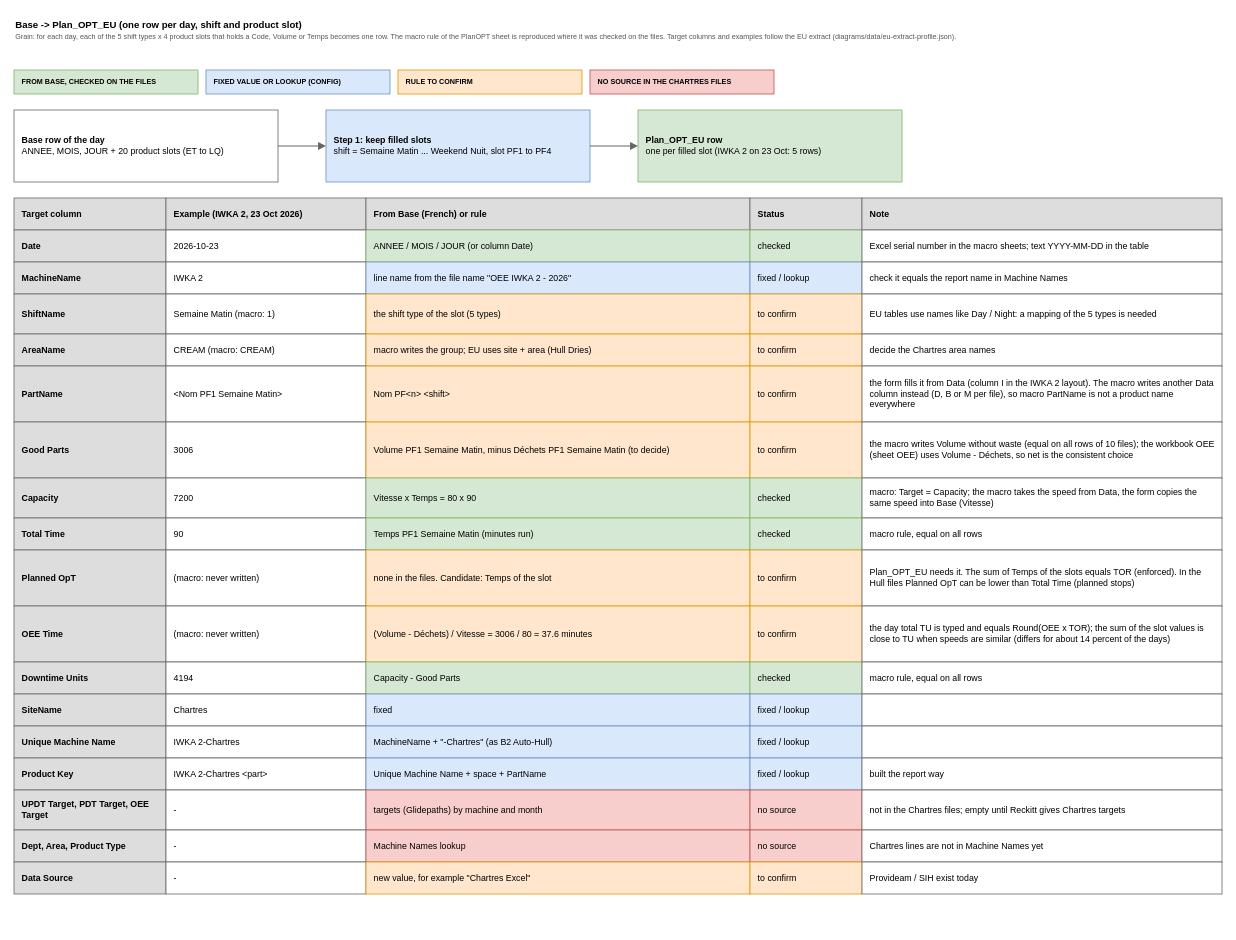
Earlier version of the draw.io diagram page "5 Base to Plan_OPT_EU" (6 of 9) of diagrams/chartres-source-map.drawio (AbiyyuMufti/SIH-IBMX-R). Source tidied: cells renumbered, new cells numbered last; positions are measured from the earlier drawing's top-left corner, leaving out a move shared by most shapes. Both pictures are drawn from the tidied source at 80%, with x=0, y=0 at pixel (14, 14).
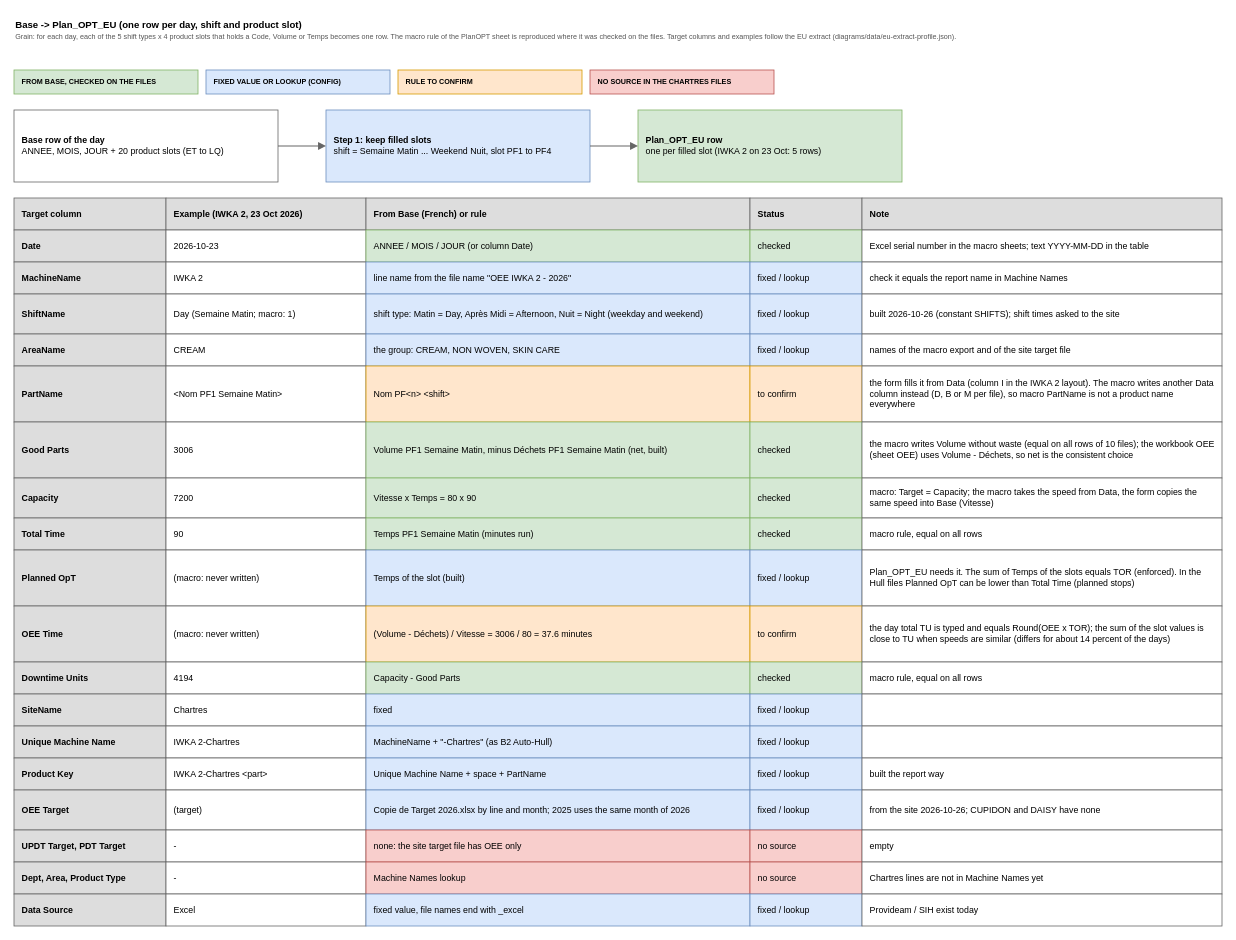
After the change.

What changed in the source:
```diff
@@
-    <mxCell id="28" value="Semaine Matin (macro: 1)" style="rounded=0;whiteSpace=wrap;html=1;align=left;verticalAlign=middle;spacingLeft=8;spacingRight=6;fontSize=11;fillColor=#ffffff;strokeColor=#666666;" parent="1" vertex="1">
+    <mxCell id="28" value="Day (Semaine Matin; macro: 1)" style="rounded=0;whiteSpace=wrap;html=1;align=left;verticalAlign=middle;spacingLeft=8;spacingRight=6;fontSize=11;fillColor=#ffffff;strokeColor=#666666;" parent="1" vertex="1">
       <mxGeometry x="190" y="350" width="250" height="50" as="geometry" />
     </mxCell>
-    <mxCell id="29" value="the shift type of the slot (5 types)" style="rounded=0;whiteSpace=wrap;html=1;align=left;verticalAlign=middle;spacingLeft=8;spacingRight=6;fontSize=11;fillColor=#ffe6cc;strokeColor=#d79b00;" parent="1" vertex="1">
+    <mxCell id="29" value="shift type: Matin = Day, Après Midi = Afternoon, Nuit = Night (weekday and weekend)" style="rounded=0;whiteSpace=wrap;html=1;align=left;verticalAlign=middle;spacingLeft=8;spacingRight=6;fontSize=11;fillColor=#dae8fc;strokeColor=#6c8ebf;" parent="1" vertex="1">
       <mxGeometry x="440" y="350" width="480" height="50" as="geometry" />
     </mxCell>
-    <mxCell id="30" value="to confirm" style="rounded=0;whiteSpace=wrap;html=1;align=left;verticalAlign=middle;spacingLeft=8;spacingRight=6;fontSize=11;fillColor=#ffe6cc;strokeColor=#d79b00;" parent="1" vertex="1">
+    <mxCell id="30" value="fixed / lookup" style="rounded=0;whiteSpace=wrap;html=1;align=left;verticalAlign=middle;spacingLeft=8;spacingRight=6;fontSize=11;fillColor=#dae8fc;strokeColor=#6c8ebf;" parent="1" vertex="1">
       <mxGeometry x="920" y="350" width="140" height="50" as="geometry" />
     </mxCell>
-    <mxCell id="31" value="EU tables use names like Day / Night: a mapping of the 5 types is needed" style="rounded=0;whiteSpace=wrap;html=1;align=left;verticalAlign=middle;spacingLeft=8;spacingRight=6;fontSize=11;fillColor=#ffffff;strokeColor=#666666;" parent="1" vertex="1">
+    <mxCell id="31" value="built 2026-10-26 (constant SHIFTS); shift times asked to the site" style="rounded=0;whiteSpace=wrap;html=1;align=left;verticalAlign=middle;spacingLeft=8;spacingRight=6;fontSize=11;fillColor=#ffffff;strokeColor=#666666;" parent="1" vertex="1">
       <mxGeometry x="1060" y="350" width="450" height="50" as="geometry" />
     </mxCell>
@@
-    <mxCell id="33" value="CREAM (macro: CREAM)" style="rounded=0;whiteSpace=wrap;html=1;align=left;verticalAlign=middle;spacingLeft=8;spacingRight=6;fontSize=11;fillColor=#ffffff;strokeColor=#666666;" parent="1" vertex="1">
+    <mxCell id="33" value="CREAM" style="rounded=0;whiteSpace=wrap;html=1;align=left;verticalAlign=middle;spacingLeft=8;spacingRight=6;fontSize=11;fillColor=#ffffff;strokeColor=#666666;" parent="1" vertex="1">
       <mxGeometry x="190" y="400" width="250" height="40" as="geometry" />
     </mxCell>
-    <mxCell id="34" value="macro writes the group; EU uses site + area (Hull Dries)" style="rounded=0;whiteSpace=wrap;html=1;align=left;verticalAlign=middle;spacingLeft=8;spacingRight=6;fontSize=11;fillColor=#ffe6cc;strokeColor=#d79b00;" parent="1" vertex="1">
+    <mxCell id="34" value="the group: CREAM, NON WOVEN, SKIN CARE" style="rounded=0;whiteSpace=wrap;html=1;align=left;verticalAlign=middle;spacingLeft=8;spacingRight=6;fontSize=11;fillColor=#dae8fc;strokeColor=#6c8ebf;" parent="1" vertex="1">
       <mxGeometry x="440" y="400" width="480" height="40" as="geometry" />
     </mxCell>
-    <mxCell id="35" value="to confirm" style="rounded=0;whiteSpace=wrap;html=1;align=left;verticalAlign=middle;spacingLeft=8;spacingRight=6;fontSize=11;fillColor=#ffe6cc;strokeColor=#d79b00;" parent="1" vertex="1">
+    <mxCell id="35" value="fixed / lookup" style="rounded=0;whiteSpace=wrap;html=1;align=left;verticalAlign=middle;spacingLeft=8;spacingRight=6;fontSize=11;fillColor=#dae8fc;strokeColor=#6c8ebf;" parent="1" vertex="1">
       <mxGeometry x="920" y="400" width="140" height="40" as="geometry" />
     </mxCell>
-    <mxCell id="36" value="decide the Chartres area names" style="rounded=0;whiteSpace=wrap;html=1;align=left;verticalAlign=middle;spacingLeft=8;spacingRight=6;fontSize=11;fillColor=#ffffff;strokeColor=#666666;" parent="1" vertex="1">
+    <mxCell id="36" value="names of the macro export and of the site target file" style="rounded=0;whiteSpace=wrap;html=1;align=left;verticalAlign=middle;spacingLeft=8;spacingRight=6;fontSize=11;fillColor=#ffffff;strokeColor=#666666;" parent="1" vertex="1">
       <mxGeometry x="1060" y="400" width="450" height="40" as="geometry" />
     </mxCell>
@@
-    <mxCell id="44" value="Volume PF1 Semaine Matin, minus Déchets PF1 Semaine Matin (to decide)" style="rounded=0;whiteSpace=wrap;html=1;align=left;verticalAlign=middle;spacingLeft=8;spacingRight=6;fontSize=11;fillColor=#ffe6cc;strokeColor=#d79b00;" parent="1" vertex="1">
+    <mxCell id="44" value="Volume PF1 Semaine Matin, minus Déchets PF1 Semaine Matin (net, built)" style="rounded=0;whiteSpace=wrap;html=1;align=left;verticalAlign=middle;spacingLeft=8;spacingRight=6;fontSize=11;fillColor=#d5e8d4;strokeColor=#82b366;" parent="1" vertex="1">
       <mxGeometry x="440" y="510" width="480" height="70" as="geometry" />
     </mxCell>
-    <mxCell id="45" value="to confirm" style="rounded=0;whiteSpace=wrap;html=1;align=left;verticalAlign=middle;spacingLeft=8;spacingRight=6;fontSize=11;fillColor=#ffe6cc;strokeColor=#d79b00;" parent="1" vertex="1">
+    <mxCell id="45" value="checked" style="rounded=0;whiteSpace=wrap;html=1;align=left;verticalAlign=middle;spacingLeft=8;spacingRight=6;fontSize=11;fillColor=#d5e8d4;strokeColor=#82b366;" parent="1" vertex="1">
       <mxGeometry x="920" y="510" width="140" height="70" as="geometry" />
     </mxCell>
@@
-    <mxCell id="59" value="none in the files. Candidate: Temps of the slot" style="rounded=0;whiteSpace=wrap;html=1;align=left;verticalAlign=middle;spacingLeft=8;spacingRight=6;fontSize=11;fillColor=#ffe6cc;strokeColor=#d79b00;" parent="1" vertex="1">
+    <mxCell id="59" value="Temps of the slot (built)" style="rounded=0;whiteSpace=wrap;html=1;align=left;verticalAlign=middle;spacingLeft=8;spacingRight=6;fontSize=11;fillColor=#dae8fc;strokeColor=#6c8ebf;" parent="1" vertex="1">
       <mxGeometry x="440" y="670" width="480" height="70" as="geometry" />
     </mxCell>
-    <mxCell id="60" value="to confirm" style="rounded=0;whiteSpace=wrap;html=1;align=left;verticalAlign=middle;spacingLeft=8;spacingRight=6;fontSize=11;fillColor=#ffe6cc;strokeColor=#d79b00;" parent="1" vertex="1">
+    <mxCell id="60" value="fixed / lookup" style="rounded=0;whiteSpace=wrap;html=1;align=left;verticalAlign=middle;spacingLeft=8;spacingRight=6;fontSize=11;fillColor=#dae8fc;strokeColor=#6c8ebf;" parent="1" vertex="1">
       <mxGeometry x="920" y="670" width="140" height="70" as="geometry" />
     </mxCell>
@@
-    <mxCell id="87" value="&lt;b&gt;UPDT Target, PDT Target, OEE Target&lt;/b&gt;" style="rounded=0;whiteSpace=wrap;html=1;align=left;verticalAlign=middle;spacingLeft=8;spacingRight=6;fontSize=11;fillColor=#dddddd;strokeColor=#666666;" parent="1" vertex="1">
+    <mxCell id="87" value="&lt;b&gt;OEE Target&lt;/b&gt;" style="rounded=0;whiteSpace=wrap;html=1;align=left;verticalAlign=middle;spacingLeft=8;spacingRight=6;fontSize=11;fillColor=#dddddd;strokeColor=#666666;" parent="1" vertex="1">
       <mxGeometry y="970" width="190" height="50" as="geometry" />
     </mxCell>
-    <mxCell id="88" value="-" style="rounded=0;whiteSpace=wrap;html=1;align=left;verticalAlign=middle;spacingLeft=8;spacingRight=6;fontSize=11;fillColor=#ffffff;strokeColor=#666666;" parent="1" vertex="1">
+    <mxCell id="88" value="(target)" style="rounded=0;whiteSpace=wrap;html=1;align=left;verticalAlign=middle;spacingLeft=8;spacingRight=6;fontSize=11;fillColor=#ffffff;strokeColor=#666666;" parent="1" vertex="1">
       <mxGeometry x="190" y="970" width="250" height="50" as="geometry" />
     </mxCell>
-    <mxCell id="89" value="targets (Glidepaths) by machine and month" style="rounded=0;whiteSpace=wrap;html=1;align=left;verticalAlign=middle;spacingLeft=8;spacingRight=6;fontSize=11;fillColor=#f8cecc;strokeColor=#b85450;" parent="1" vertex="1">
+    <mxCell id="89" value="Copie de Target 2026.xlsx by line and month; 2025 uses the same month of 2026" style="rounded=0;whiteSpace=wrap;html=1;align=left;verticalAlign=middle;spacingLeft=8;spacingRight=6;fontSize=11;fillColor=#dae8fc;strokeColor=#6c8ebf;" parent="1" vertex="1">
       <mxGeometry x="440" y="970" width="480" height="50" as="geometry" />
     </mxCell>
-    <mxCell id="90" value="no source" style="rounded=0;whiteSpace=wrap;html=1;align=left;verticalAlign=middle;spacingLeft=8;spacingRight=6;fontSize=11;fillColor=#f8cecc;strokeColor=#b85450;" parent="1" vertex="1">
+    <mxCell id="90" value="fixed / lookup" style="rounded=0;whiteSpace=wrap;html=1;align=left;verticalAlign=middle;spacingLeft=8;spacingRight=6;fontSize=11;fillColor=#dae8fc;strokeColor=#6c8ebf;" parent="1" vertex="1">
       <mxGeometry x="920" y="970" width="140" height="50" as="geometry" />
     </mxCell>
-    <mxCell id="91" value="not in the Chartres files; empty until Reckitt gives Chartres targets" style="rounded=0;whiteSpace=wrap;html=1;align=left;verticalAlign=middle;spacingLeft=8;spacingRight=6;fontSize=11;fillColor=#ffffff;strokeColor=#666666;" parent="1" vertex="1">
+    <mxCell id="91" value="from the site 2026-10-26; CUPIDON and DAISY have none" style="rounded=0;whiteSpace=wrap;html=1;align=left;verticalAlign=middle;spacingLeft=8;spacingRight=6;fontSize=11;fillColor=#ffffff;strokeColor=#666666;" parent="1" vertex="1">
       <mxGeometry x="1060" y="970" width="450" height="50" as="geometry" />
     </mxCell>
-    <mxCell id="92" value="&lt;b&gt;Dept, Area, Product Type&lt;/b&gt;" style="rounded=0;whiteSpace=wrap;html=1;align=left;verticalAlign=middle;spacingLeft=8;spacingRight=6;fontSize=11;fillColor=#dddddd;strokeColor=#666666;" parent="1" vertex="1">
+    <mxCell id="92" value="&lt;b&gt;UPDT Target, PDT Target&lt;/b&gt;" style="rounded=0;whiteSpace=wrap;html=1;align=left;verticalAlign=middle;spacingLeft=8;spacingRight=6;fontSize=11;fillColor=#dddddd;strokeColor=#666666;" parent="1" vertex="1">
       <mxGeometry y="1020" width="190" height="40" as="geometry" />
     </mxCell>
@@
-    <mxCell id="94" value="Machine Names lookup" style="rounded=0;whiteSpace=wrap;html=1;align=left;verticalAlign=middle;spacingLeft=8;spacingRight=6;fontSize=11;fillColor=#f8cecc;strokeColor=#b85450;" parent="1" vertex="1">
+    <mxCell id="94" value="none: the site target file has OEE only" style="rounded=0;whiteSpace=wrap;html=1;align=left;verticalAlign=middle;spacingLeft=8;spacingRight=6;fontSize=11;fillColor=#f8cecc;strokeColor=#b85450;" parent="1" vertex="1">
       <mxGeometry x="440" y="1020" width="480" height="40" as="geometry" />
     </mxCell>
@@
-    <mxCell id="96" value="Chartres lines are not in Machine Names yet" style="rounded=0;whiteSpace=wrap;html=1;align=left;verticalAlign=middle;spacingLeft=8;spacingRight=6;fontSize=11;fillColor=#ffffff;strokeColor=#666666;" parent="1" vertex="1">
+    <mxCell id="96" value="empty" style="rounded=0;whiteSpace=wrap;html=1;align=left;verticalAlign=middle;spacingLeft=8;spacingRight=6;fontSize=11;fillColor=#ffffff;strokeColor=#666666;" parent="1" vertex="1">
       <mxGeometry x="1060" y="1020" width="450" height="40" as="geometry" />
     </mxCell>
-    <mxCell id="97" value="&lt;b&gt;Data Source&lt;/b&gt;" style="rounded=0;whiteSpace=wrap;html=1;align=left;verticalAlign=middle;spacingLeft=8;spacingRight=6;fontSize=11;fillColor=#dddddd;strokeColor=#666666;" parent="1" vertex="1">
+    <mxCell id="97" value="&lt;b&gt;Dept, Area, Product Type&lt;/b&gt;" style="rounded=0;whiteSpace=wrap;html=1;align=left;verticalAlign=middle;spacingLeft=8;spacingRight=6;fontSize=11;fillColor=#dddddd;strokeColor=#666666;" parent="1" vertex="1">
       <mxGeometry y="1060" width="190" height="40" as="geometry" />
     </mxCell>
@@
-    <mxCell id="99" value="new value, for example &quot;Chartres Excel&quot;" style="rounded=0;whiteSpace=wrap;html=1;align=left;verticalAlign=middle;spacingLeft=8;spacingRight=6;fontSize=11;fillColor=#ffe6cc;strokeColor=#d79b00;" parent="1" vertex="1">
+    <mxCell id="99" value="Machine Names lookup" style="rounded=0;whiteSpace=wrap;html=1;align=left;verticalAlign=middle;spacingLeft=8;spacingRight=6;fontSize=11;fillColor=#f8cecc;strokeColor=#b85450;" parent="1" vertex="1">
       <mxGeometry x="440" y="1060" width="480" height="40" as="geometry" />
     </mxCell>
-    <mxCell id="100" value="to confirm" style="rounded=0;whiteSpace=wrap;html=1;align=left;verticalAlign=middle;spacingLeft=8;spacingRight=6;fontSize=11;fillColor=#ffe6cc;strokeColor=#d79b00;" parent="1" vertex="1">
+    <mxCell id="100" value="no source" style="rounded=0;whiteSpace=wrap;html=1;align=left;verticalAlign=middle;spacingLeft=8;spacingRight=6;fontSize=11;fillColor=#f8cecc;strokeColor=#b85450;" parent="1" vertex="1">
       <mxGeometry x="920" y="1060" width="140" height="40" as="geometry" />
     </mxCell>
-    <mxCell id="101" value="Provideam / SIH exist today" style="rounded=0;whiteSpace=wrap;html=1;align=left;verticalAlign=middle;spacingLeft=8;spacingRight=6;fontSize=11;fillColor=#ffffff;strokeColor=#666666;" parent="1" vertex="1">
+    <mxCell id="101" value="Chartres lines are not in Machine Names yet" style="rounded=0;whiteSpace=wrap;html=1;align=left;verticalAlign=middle;spacingLeft=8;spacingRight=6;fontSize=11;fillColor=#ffffff;strokeColor=#666666;" parent="1" vertex="1">
       <mxGeometry x="1060" y="1060" width="450" height="40" as="geometry" />
     </mxCell>
+    <mxCell id="102" value="&lt;b&gt;Data Source&lt;/b&gt;" style="rounded=0;whiteSpace=wrap;html=1;align=left;verticalAlign=middle;spacingLeft=8;spacingRight=6;fontSize=11;fillColor=#dddddd;strokeColor=#666666;" parent="1" vertex="1">
+      <mxGeometry y="1100" width="190" height="40" as="geometry" />
+    </mxCell>
+    <mxCell id="103" value="Excel" style="rounded=0;whiteSpace=wrap;html=1;align=left;verticalAlign=middle;spacingLeft=8;spacingRight=6;fontSize=11;fillColor=#ffffff;strokeColor=#666666;" parent="1" vertex="1">
+      <mxGeometry x="190" y="1100" width="250" height="40" as="geometry" />
+    </mxCell>
+    <mxCell id="104" value="fixed value, file names end with _excel" style="rounded=0;whiteSpace=wrap;html=1;align=left;verticalAlign=middle;spacingLeft=8;spacingRight=6;fontSize=11;fillColor=#dae8fc;strokeColor=#6c8ebf;" parent="1" vertex="1">
+      <mxGeometry x="440" y="1100" width="480" height="40" as="geometry" />
+    </mxCell>
+    <mxCell id="105" value="fixed / lookup" style="rounded=0;whiteSpace=wrap;html=1;align=left;verticalAlign=middle;spacingLeft=8;spacingRight=6;fontSize=11;fillColor=#dae8fc;strokeColor=#6c8ebf;" parent="1" vertex="1">
+      <mxGeometry x="920" y="1100" width="140" height="40" as="geometry" />
+    </mxCell>
+    <mxCell id="106" value="Provideam / SIH exist today" style="rounded=0;whiteSpace=wrap;html=1;align=left;verticalAlign=middle;spacingLeft=8;spacingRight=6;fontSize=11;fillColor=#ffffff;strokeColor=#666666;" parent="1" vertex="1">
+      <mxGeometry x="1060" y="1100" width="450" height="40" as="geometry" />
+    </mxCell>
```
